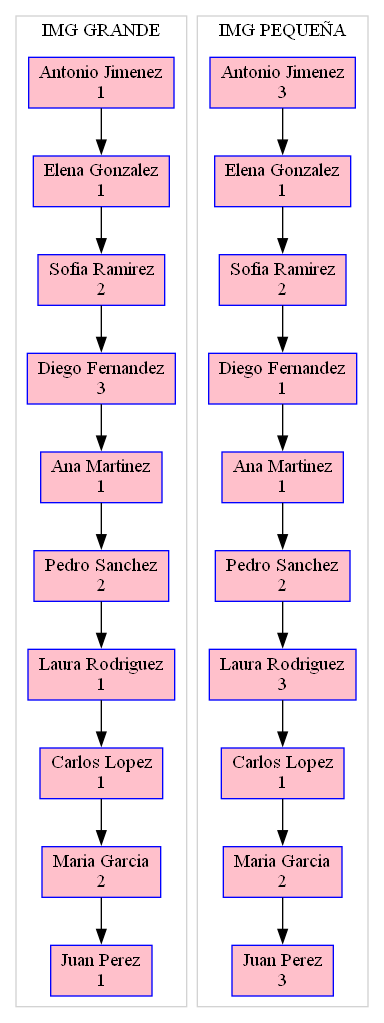
The Graphviz diagram EDD_F1/pila.dot.png in Samashoas/EDD_PROYECTO_202109705, before a commit. Its source is kept beside it as EDD_F1/pila.dot.
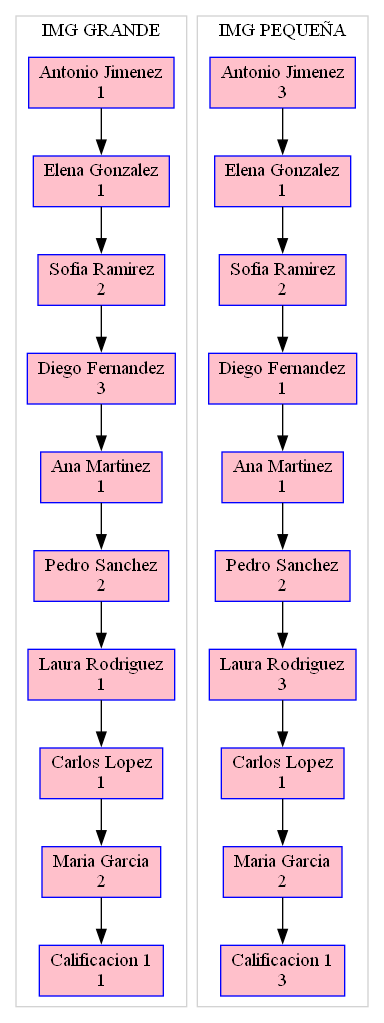
After the commit.

Diff of the diagram source:
```diff
@@ -20,7 +20,7 @@
          "Node           7 _imgg" -> "Node           8 _imgg";
          "Node           9 _imgg" [label="Maria Garcia\n2"];
          "Node           8 _imgg" -> "Node           9 _imgg";
-         "Node          10 _imgg" [label="Juan Perez\n1"];
+         "Node          10 _imgg" [label="Calificacion 1\n1"];
          "Node           9 _imgg" -> "Node          10 _imgg";
      }
      subgraph cluster_imgp {
@@ -43,7 +43,7 @@
          "Node           7 _imgp" -> "Node           8 _imgp";
          "Node           9 _imgp" [label="Maria Garcia\n2"];
          "Node           8 _imgp" -> "Node           9 _imgp";
-         "Node          10 _imgp" [label="Juan Perez\n3"];
+         "Node          10 _imgp" [label="Calificacion 1\n3"];
          "Node           9 _imgp" -> "Node          10 _imgp";
      }
  }
```
